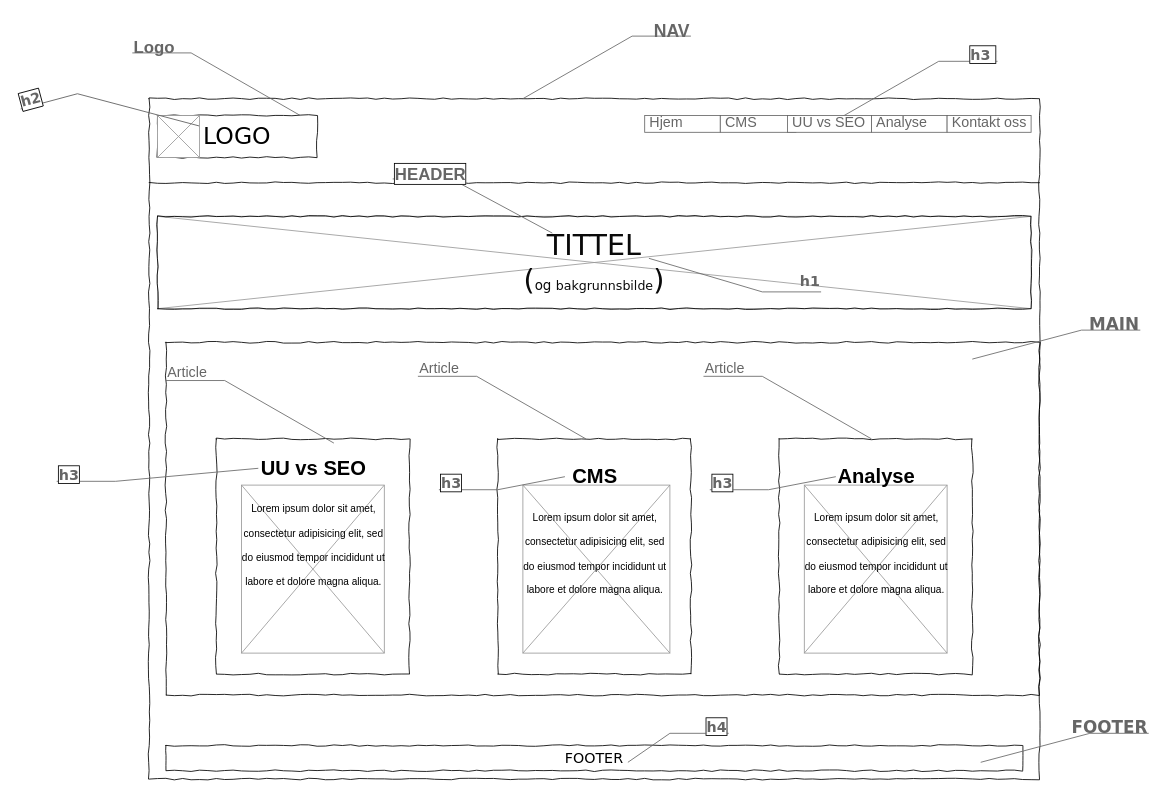
Above: Untitled Diagram.drawio in Henriejo2308/Webutvikling2022 (draw.io), before the change. Source tidied: cells renumbered, new cells numbered last; positions are measured from the earlier drawing's top-left corner, leaving out a move shared by most shapes. Both pictures are drawn from the tidied source at 84%, with x=0, y=0 at pixel (23, 14).
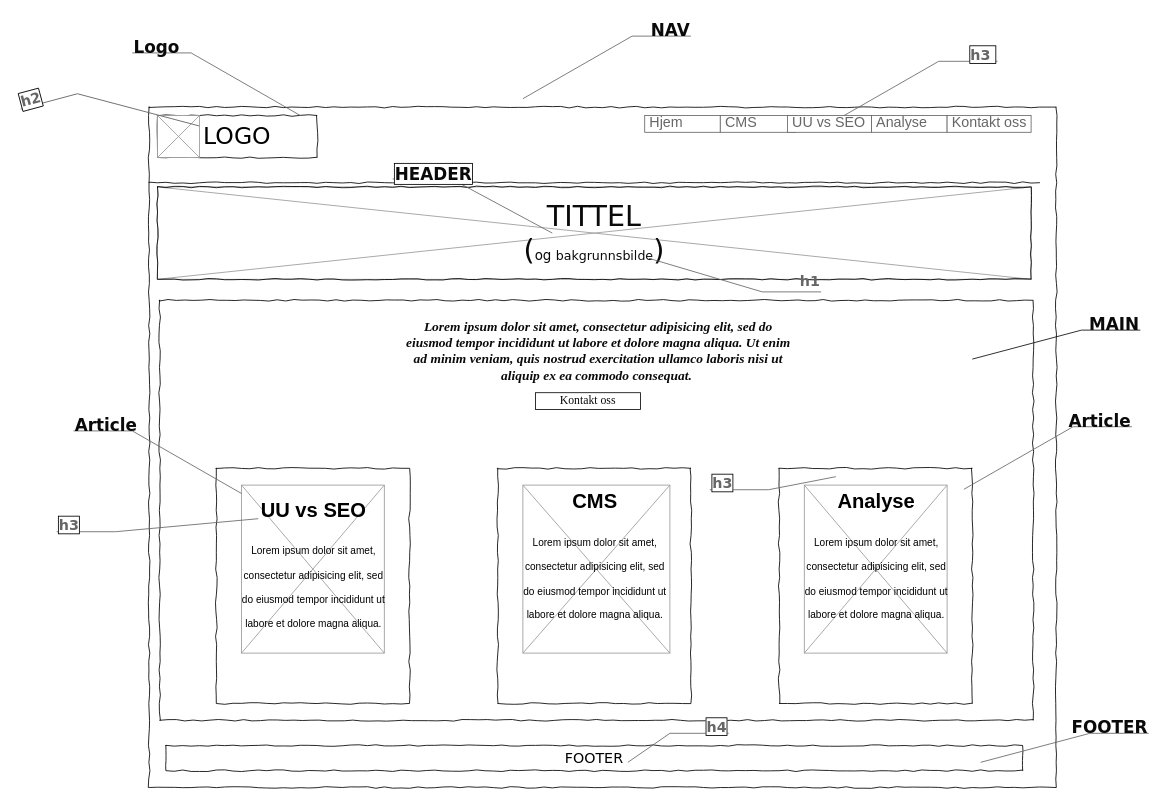
The same page after the edit.

Change to the diagram source:
```diff
@@
     <mxCell id="5" style="verticalLabelPosition=bottom;shadow=0;dashed=0;align=center;html=1;verticalAlign=top;strokeWidth=1;shape=mxgraph.mockup.graphics.simpleIcon;strokeColor=#999999;fontSize=34;fontColor=#0A0A0A;" parent="1" vertex="1">
-      <mxGeometry x="160" y="240" width="1040" height="110" as="geometry" />
+      <mxGeometry x="160" y="205" width="1040" height="110" as="geometry" />
     </mxCell>
     <mxCell id="6" style="whiteSpace=wrap;html=1;rounded=0;shadow=0;labelBackgroundColor=none;strokeColor=#000000;strokeWidth=1;fillColor=none;fontFamily=Verdana;fontSize=12;fontColor=#000000;align=center;comic=1;" parent="1" vertex="1">
-      <mxGeometry x="150" y="100" width="1060" height="810" as="geometry" />
+      <mxGeometry x="150" y="110" width="1080" height="810" as="geometry" />
     </mxCell>
@@
     <mxCell id="9" value="&lt;font style=&quot;font-size: 34px;&quot; color=&quot;#0a0a0a&quot;&gt;TITTEL&lt;br&gt;(&lt;/font&gt;&lt;font style=&quot;font-size: 16px;&quot; color=&quot;#0a0a0a&quot;&gt;og &lt;/font&gt;&lt;font style=&quot;font-size: 15px;&quot; color=&quot;#0a0a0a&quot;&gt;bakgrunnsbilde&lt;/font&gt;&lt;font style=&quot;font-size: 34px;&quot; color=&quot;#0a0a0a&quot;&gt;)&lt;br&gt;&lt;/font&gt;" style="whiteSpace=wrap;html=1;rounded=0;shadow=0;labelBackgroundColor=none;strokeWidth=1;fillColor=none;fontFamily=Verdana;fontSize=12;align=center;comic=1;" parent="1" vertex="1">
-      <mxGeometry x="160" y="240" width="1040" height="110" as="geometry" />
+      <mxGeometry x="160" y="205" width="1040" height="110" as="geometry" />
     </mxCell>
@@
     <mxCell id="11" style="whiteSpace=wrap;html=1;rounded=0;shadow=0;labelBackgroundColor=none;strokeWidth=1;fillColor=none;fontFamily=Verdana;fontSize=12;align=center;comic=1;" parent="1" vertex="1">
-      <mxGeometry x="170" y="390" width="1040" height="420" as="geometry" />
+      <mxGeometry x="162.5" y="340" width="1040" height="500" as="geometry" />
     </mxCell>
     <mxCell id="12" style="whiteSpace=wrap;html=1;rounded=0;shadow=0;labelBackgroundColor=none;strokeWidth=1;fillColor=none;fontFamily=Verdana;fontSize=12;align=center;comic=1;" parent="1" vertex="1">
-      <mxGeometry x="565" y="505" width="230" height="280" as="geometry" />
+      <mxGeometry x="565" y="540" width="230" height="280" as="geometry" />
     </mxCell>
     <mxCell id="13" value="&lt;div style=&quot;text-align: justify&quot;&gt;&lt;br&gt;&lt;/div&gt;" style="whiteSpace=wrap;html=1;rounded=0;shadow=0;labelBackgroundColor=none;strokeWidth=1;fillColor=none;fontFamily=Verdana;fontSize=12;align=center;verticalAlign=top;spacing=10;comic=1;" parent="1" vertex="1">
-      <mxGeometry x="230" y="505" width="230" height="280" as="geometry" />
+      <mxGeometry x="230" y="540" width="230" height="280" as="geometry" />
     </mxCell>
     <mxCell id="14" style="whiteSpace=wrap;html=1;rounded=0;shadow=0;labelBackgroundColor=none;strokeWidth=1;fillColor=none;fontFamily=Verdana;fontSize=12;align=center;comic=1;" parent="1" vertex="1">
-      <mxGeometry x="900" y="505" width="230" height="280" as="geometry" />
+      <mxGeometry x="900" y="540" width="230" height="280" as="geometry" />
     </mxCell>
-    <mxCell id="15" value="Article" style="strokeWidth=1;shadow=0;dashed=0;align=center;html=1;shape=mxgraph.mockup.text.callout;linkText=;textSize=17;textColor=#666666;callDir=NW;callStyle=line;fontSize=17;fontColor=#666666;align=left;verticalAlign=top;strokeColor=#666666;" parent="1" vertex="1">
-      <mxGeometry x="170" y="410" width="200" height="100" as="geometry" />
+    <mxCell id="15" value="&lt;font face=&quot;Verdana&quot; color=&quot;#0a0a0a&quot; style=&quot;font-size: 20px;&quot;&gt;&lt;b&gt;Article&lt;/b&gt;&lt;/font&gt;" style="strokeWidth=1;shadow=0;dashed=0;align=center;html=1;shape=mxgraph.mockup.text.callout;linkText=;textSize=17;textColor=#666666;callDir=NW;callStyle=line;fontSize=17;fontColor=#666666;align=left;verticalAlign=top;strokeColor=#666666;" parent="1" vertex="1">
+      <mxGeometry x="60" y="470" width="200" height="100" as="geometry" />
     </mxCell>
     <mxCell id="16" value="&lt;h1 style=&quot;text-align: center;&quot;&gt;&lt;span style=&quot;background-color: initial;&quot;&gt;UU vs SEO&lt;/span&gt;&lt;/h1&gt;&lt;h1 style=&quot;text-align: center;&quot;&gt;&lt;span style=&quot;background-color: initial; font-size: 12px; font-weight: normal;&quot;&gt;Lorem ipsum dolor sit amet, consectetur adipisicing elit, sed do eiusmod tempor incididunt ut labore et dolore magna aliqua.&lt;/span&gt;&lt;br&gt;&lt;/h1&gt;" style="text;html=1;strokeColor=none;fillColor=none;spacing=5;spacingTop=-20;whiteSpace=wrap;overflow=hidden;rounded=0;" parent="1" vertex="1">
-      <mxGeometry x="250" y="520" width="190" height="240" as="geometry" />
+      <mxGeometry x="250" y="570" width="190" height="240" as="geometry" />
     </mxCell>
     <mxCell id="17" value="&lt;h1 style=&quot;text-align: center;&quot;&gt;&lt;span style=&quot;background-color: initial;&quot;&gt;CMS&lt;/span&gt;&lt;/h1&gt;&lt;h1 style=&quot;text-align: center;&quot;&gt;&lt;span style=&quot;background-color: initial; font-size: 12px; font-weight: normal;&quot;&gt;Lorem ipsum dolor sit amet, consectetur adipisicing elit, sed do eiusmod tempor incididunt ut labore et dolore magna aliqua.&lt;/span&gt;&lt;br&gt;&lt;/h1&gt;" style="text;html=1;strokeColor=none;fillColor=none;spacing=5;spacingTop=-20;whiteSpace=wrap;overflow=hidden;rounded=0;" parent="1" vertex="1">
-      <mxGeometry x="585" y="530" width="190" height="240" as="geometry" />
+      <mxGeometry x="585" y="560" width="190" height="240" as="geometry" />
     </mxCell>
     <mxCell id="18" value="&lt;h1 style=&quot;text-align: center;&quot;&gt;&lt;span style=&quot;background-color: initial;&quot;&gt;Analyse&lt;/span&gt;&lt;/h1&gt;&lt;h1 style=&quot;text-align: center;&quot;&gt;&lt;span style=&quot;background-color: initial; font-size: 12px; font-weight: normal;&quot;&gt;Lorem ipsum dolor sit amet, consectetur adipisicing elit, sed do eiusmod tempor incididunt ut labore et dolore magna aliqua.&lt;/span&gt;&lt;br&gt;&lt;/h1&gt;" style="text;html=1;strokeColor=none;fillColor=none;spacing=5;spacingTop=-20;whiteSpace=wrap;overflow=hidden;rounded=0;" parent="1" vertex="1">
-      <mxGeometry x="920" y="530" width="190" height="240" as="geometry" />
+      <mxGeometry x="920" y="560" width="190" height="240" as="geometry" />
     </mxCell>
-    <mxCell id="19" value="&lt;font size=&quot;1&quot; style=&quot;&quot;&gt;&lt;b style=&quot;font-size: 21px;&quot;&gt;NAV&lt;/b&gt;&lt;/font&gt;" style="strokeWidth=1;shadow=0;dashed=0;align=center;html=1;shape=mxgraph.mockup.text.callout;linkText=;textSize=17;textColor=#666666;callDir=NE;callStyle=line;fontSize=17;fontColor=#666666;align=right;verticalAlign=top;strokeColor=#666666;" parent="1" vertex="1">
+    <mxCell id="19" value="&lt;font face=&quot;Verdana&quot; color=&quot;#0a0a0a&quot; size=&quot;1&quot; style=&quot;&quot;&gt;&lt;b style=&quot;font-size: 20px;&quot;&gt;NAV&lt;/b&gt;&lt;/font&gt;" style="strokeWidth=1;shadow=0;dashed=0;align=center;html=1;shape=mxgraph.mockup.text.callout;linkText=;textSize=17;textColor=#666666;callDir=NE;callStyle=line;fontSize=17;fontColor=#666666;align=right;verticalAlign=top;strokeColor=#666666;" parent="1" vertex="1">
       <mxGeometry x="595" width="200" height="100" as="geometry" />
     </mxCell>
-    <mxCell id="20" value="&lt;b&gt;&lt;font style=&quot;font-size: 20px;&quot;&gt;Logo&lt;/font&gt;&lt;/b&gt;" style="strokeWidth=1;shadow=0;dashed=0;align=center;html=1;shape=mxgraph.mockup.text.callout;linkText=;textSize=17;textColor=#666666;callDir=NW;callStyle=line;fontSize=17;fontColor=#666666;align=left;verticalAlign=top;strokeColor=#666666;" parent="1" vertex="1">
+    <mxCell id="20" value="&lt;b&gt;&lt;font color=&quot;#0a0a0a&quot; face=&quot;Verdana&quot; style=&quot;font-size: 20px;&quot;&gt;Logo&lt;/font&gt;&lt;/b&gt;" style="strokeWidth=1;shadow=0;dashed=0;align=center;html=1;shape=mxgraph.mockup.text.callout;linkText=;textSize=17;textColor=#666666;callDir=NW;callStyle=line;fontSize=17;fontColor=#666666;align=left;verticalAlign=top;strokeColor=#666666;" parent="1" vertex="1">
       <mxGeometry x="130" y="20" width="200" height="100" as="geometry" />
     </mxCell>
@@
-    <mxCell id="25" value="&lt;font face=&quot;Helvetica&quot; style=&quot;font-size: 20px;&quot;&gt;&lt;b&gt;HEADER&lt;/b&gt;&lt;/font&gt;" style="strokeWidth=1;shadow=0;dashed=0;align=center;html=1;shape=mxgraph.mockup.text.callout;linkText=;textSize=17;textColor=#666666;callDir=NW;callStyle=line;fontSize=17;fontColor=#666666;align=left;verticalAlign=top;strokeColor=#666666;labelBackgroundColor=default;labelBorderColor=default;fontFamily=Verdana;" parent="1" vertex="1">
+    <mxCell id="25" value="&lt;font color=&quot;#0a0a0a&quot; style=&quot;font-size: 20px;&quot;&gt;&lt;b style=&quot;&quot;&gt;HEADER&lt;/b&gt;&lt;/font&gt;" style="strokeWidth=1;shadow=0;dashed=0;align=center;html=1;shape=mxgraph.mockup.text.callout;linkText=;textSize=17;textColor=#666666;callDir=NW;callStyle=line;fontSize=17;fontColor=#666666;align=left;verticalAlign=top;strokeColor=#666666;labelBackgroundColor=default;labelBorderColor=default;fontFamily=Verdana;" parent="1" vertex="1">
       <mxGeometry x="440" y="170" width="190" height="90" as="geometry" />
     </mxCell>
     <mxCell id="26" value="&lt;b&gt;h3&lt;/b&gt;" style="strokeWidth=1;shadow=0;dashed=0;align=center;html=1;shape=mxgraph.mockup.text.callout;linkText=;textSize=17;textColor=#666666;callDir=NW;callStyle=line;fontSize=17;fontColor=#666666;align=left;verticalAlign=top;strokeColor=#666666;labelBackgroundColor=default;labelBorderColor=default;fontFamily=Verdana;" parent="1" vertex="1">
-      <mxGeometry x="40" y="530" width="240" height="10" as="geometry" />
+      <mxGeometry x="40" y="590" width="240" height="10" as="geometry" />
     </mxCell>
-    <mxCell id="27" value="Article" style="strokeWidth=1;shadow=0;dashed=0;align=center;html=1;shape=mxgraph.mockup.text.callout;linkText=;textSize=17;textColor=#666666;callDir=NW;callStyle=line;fontSize=17;fontColor=#666666;align=left;verticalAlign=top;strokeColor=#666666;" parent="1" vertex="1">
-      <mxGeometry x="470" y="405" width="200" height="100" as="geometry" />
-    </mxCell>
-    <mxCell id="28" value="Article" style="strokeWidth=1;shadow=0;dashed=0;align=center;html=1;shape=mxgraph.mockup.text.callout;linkText=;textSize=17;textColor=#666666;callDir=NW;callStyle=line;fontSize=17;fontColor=#666666;align=left;verticalAlign=top;strokeColor=#666666;" parent="1" vertex="1">
-      <mxGeometry x="810" y="405" width="200" height="100" as="geometry" />
-    </mxCell>
-    <mxCell id="29" value="&lt;b&gt;h3&lt;/b&gt;" style="strokeWidth=1;shadow=0;dashed=0;align=center;html=1;shape=mxgraph.mockup.text.callout;linkText=;textSize=17;textColor=#666666;callDir=NW;callStyle=line;fontSize=17;fontColor=#666666;align=left;verticalAlign=top;strokeColor=#666666;labelBackgroundColor=default;labelBorderColor=default;fontFamily=Verdana;" parent="1" vertex="1">
-      <mxGeometry x="495" y="540" width="150" height="10" as="geometry" />
-    </mxCell>
@@
-    <mxCell id="37" value="&lt;b&gt;&lt;font style=&quot;font-size: 20px;&quot; face=&quot;Verdana&quot;&gt;MAIN&lt;/font&gt;&lt;/b&gt;" style="strokeWidth=1;shadow=0;dashed=0;align=center;html=1;shape=mxgraph.mockup.text.callout;linkText=;textSize=17;textColor=#666666;callDir=NE;callStyle=line;fontSize=17;fontColor=#666666;align=right;verticalAlign=top;strokeColor=#666666;" parent="1" vertex="1">
+    <mxCell id="37" value="&lt;b&gt;&lt;font color=&quot;#0a0a0a&quot; style=&quot;font-size: 20px;&quot; face=&quot;Verdana&quot;&gt;MAIN&lt;/font&gt;&lt;/b&gt;" style="strokeWidth=1;shadow=0;dashed=0;align=center;html=1;shape=mxgraph.mockup.text.callout;linkText=;textSize=17;textColor=#666666;callDir=NE;callStyle=line;fontSize=17;fontColor=#666666;align=right;verticalAlign=top;strokeColor=#0A0A0A;" parent="1" vertex="1">
       <mxGeometry x="1130" y="350" width="200" height="60" as="geometry" />
     </mxCell>
-    <mxCell id="38" value="&lt;font style=&quot;font-size: 20px;&quot;&gt;&lt;b&gt;FOOTER&lt;/b&gt;&lt;/font&gt;" style="strokeWidth=1;shadow=0;dashed=0;align=center;html=1;shape=mxgraph.mockup.text.callout;linkText=;textSize=17;textColor=#666666;callDir=NE;callStyle=line;fontSize=17;fontColor=#666666;align=right;verticalAlign=top;strokeColor=#666666;fontFamily=Verdana;" parent="1" vertex="1">
+    <mxCell id="38" value="&lt;font color=&quot;#0a0a0a&quot; style=&quot;font-size: 20px;&quot;&gt;&lt;b&gt;FOOTER&lt;/b&gt;&lt;/font&gt;" style="strokeWidth=1;shadow=0;dashed=0;align=center;html=1;shape=mxgraph.mockup.text.callout;linkText=;textSize=17;textColor=#666666;callDir=NE;callStyle=line;fontSize=17;fontColor=#666666;align=right;verticalAlign=top;strokeColor=#666666;fontFamily=Verdana;" parent="1" vertex="1">
       <mxGeometry x="1140" y="830" width="200" height="60" as="geometry" />
     </mxCell>
+    <mxCell id="39" value="&lt;b&gt;&lt;font face=&quot;Verdana&quot; style=&quot;font-size: 20px;&quot; color=&quot;#0a0a0a&quot;&gt;Article&lt;/font&gt;&lt;/b&gt;" style="strokeWidth=1;shadow=0;dashed=0;align=center;html=1;shape=mxgraph.mockup.text.callout;linkText=;textSize=17;textColor=#666666;callDir=NE;callStyle=line;fontSize=17;fontColor=#666666;align=right;verticalAlign=top;strokeColor=#666666;" parent="1" vertex="1">
+      <mxGeometry x="1120" y="465" width="200" height="100" as="geometry" />
+    </mxCell>
+    <mxCell id="40" value="&lt;i&gt;&lt;font size=&quot;1&quot; style=&quot;&quot; face=&quot;Times New Roman&quot;&gt;&lt;b style=&quot;font-size: 16px;&quot;&gt;Lorem ipsum dolor sit amet, consectetur adipisicing elit, sed do eiusmod tempor incididunt ut labore et dolore magna aliqua. Ut enim ad minim veniam, quis nostrud exercitation ullamco laboris nisi ut aliquip ex ea commodo consequat.&amp;nbsp;&lt;/b&gt;&lt;/font&gt;&lt;/i&gt;" style="text;spacingTop=-5;whiteSpace=wrap;html=1;align=center;fontSize=12;fontFamily=Helvetica;fillColor=none;strokeColor=none;fontColor=#0A0A0A;" parent="1" vertex="1">
+      <mxGeometry x="450" y="360" width="470" height="150" as="geometry" />
+    </mxCell>
+    <mxCell id="41" value="Kontakt oss" style="rounded=0;whiteSpace=wrap;html=1;strokeColor=#0A0A0A;fontFamily=Times New Roman;fontSize=14;fontColor=#0A0A0A;" parent="1" vertex="1">
+      <mxGeometry x="610" y="450" width="125" height="20" as="geometry" />
+    </mxCell>
```
